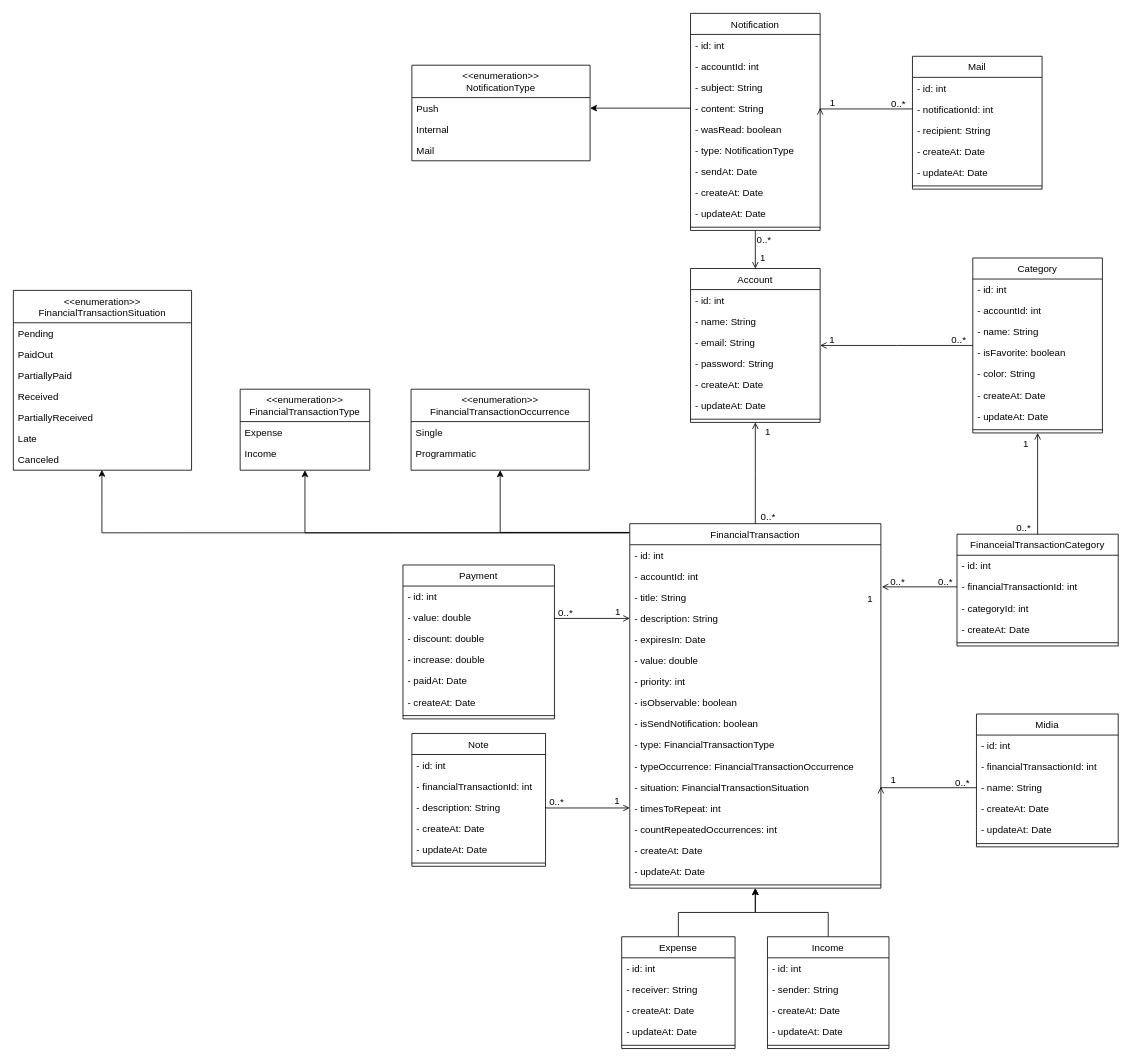
Danrley-Ruan-Saquetti/esliph-finance keeps this draw.io diagram as docs/class.diagram.drawio. Above is the earlier version. Source tidied: cells renumbered, new cells numbered last; positions are measured from the earlier drawing's top-left corner, leaving out a move shared by most shapes. Both pictures are drawn from the tidied source at 81%, with x=0, y=0 at pixel (13, 13).
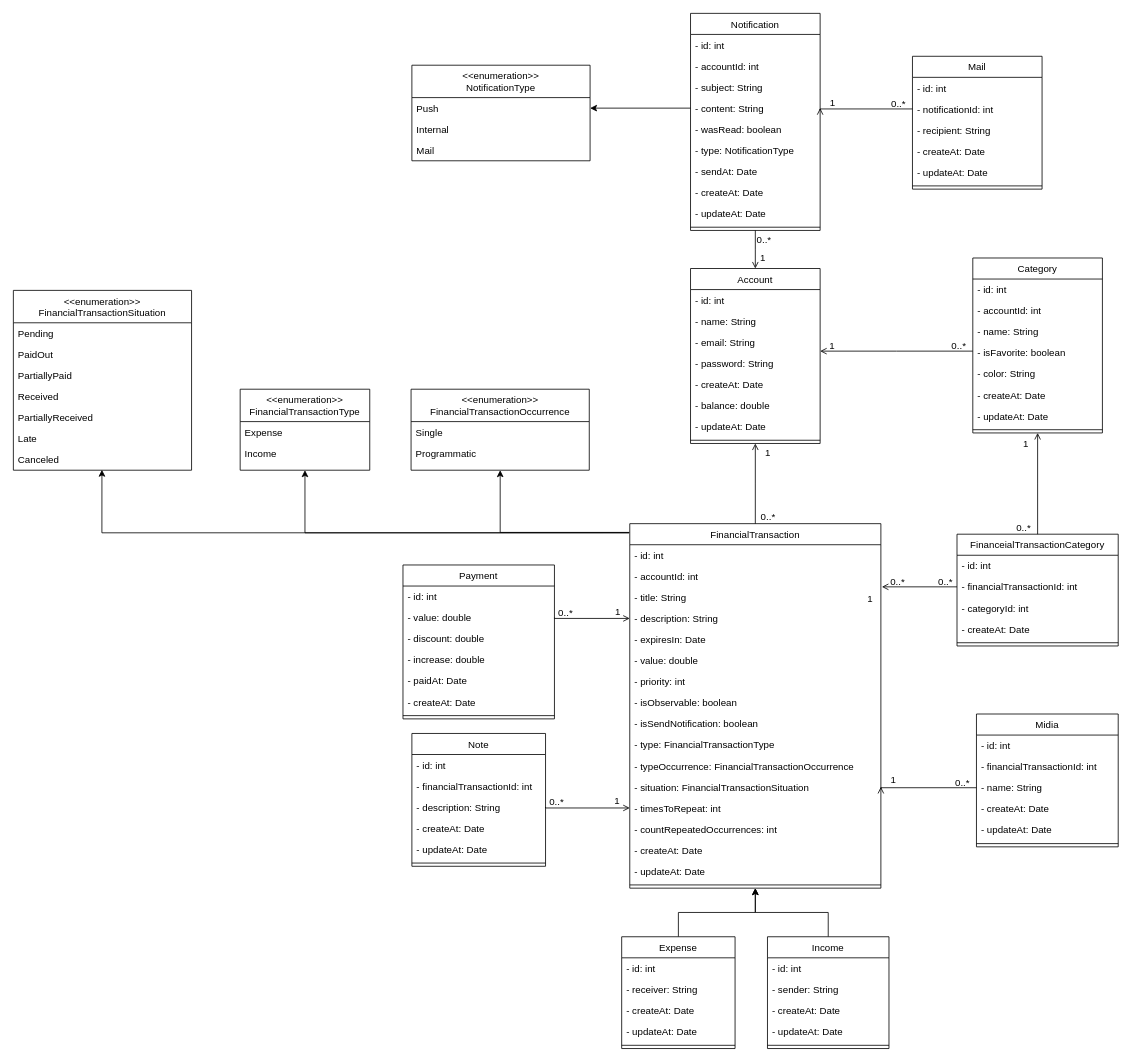
Above is the later version.

Commit message:
Add property "balance" in account

Change to the diagram source:
```diff
@@
     <mxCell id="2" value="Account" style="swimlane;fontStyle=0;align=center;verticalAlign=top;horizontal=1;startSize=26;rounded=0;shadow=0;strokeWidth=1;" parent="1" vertex="1">
-      <mxGeometry x="836" y="315" width="160" height="190" as="geometry" />
+      <mxGeometry x="836" y="315" width="160" height="216" as="geometry" />
     </mxCell>
@@
+    <mxCell id="147" value="- balance: double" style="text;align=left;verticalAlign=top;spacingLeft=4;spacingRight=4;overflow=hidden;" parent="2" vertex="1">
+      <mxGeometry y="156" width="160" height="26" as="geometry" />
+    </mxCell>
     <mxCell id="8" value="- updateAt: Date" style="text;align=left;verticalAlign=top;spacingLeft=4;spacingRight=4;overflow=hidden;rounded=0;shadow=0;html=0;" parent="2" vertex="1">
-      <mxGeometry y="156" width="160" height="26" as="geometry" />
+      <mxGeometry y="182" width="160" height="26" as="geometry" />
     </mxCell>
     <mxCell id="9" style="line;html=1;strokeWidth=1;align=left;verticalAlign=middle;spacingTop=-1;spacingLeft=3;spacingRight=3;labelPosition=right;" parent="2" vertex="1">
-      <mxGeometry y="182" width="160" height="8" as="geometry" />
+      <mxGeometry y="208" width="160" height="8" as="geometry" />
     </mxCell>
```
